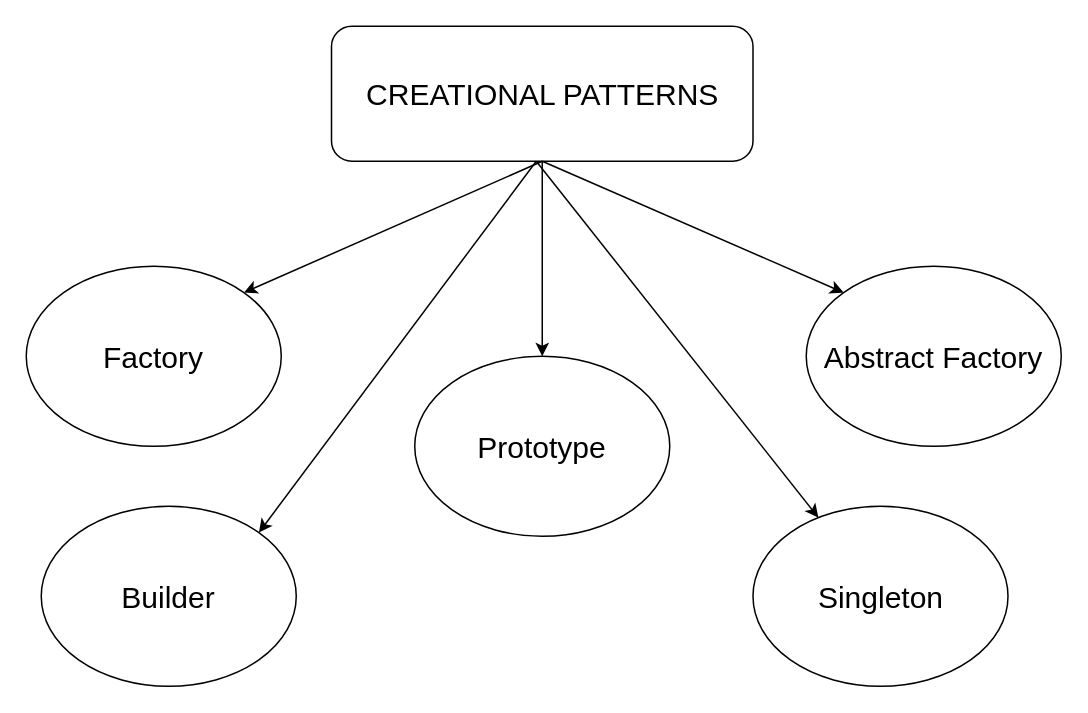
singhjaskaran2002/design-patterns keeps this draw.io diagram as Creational/CreationalPatterns.drawio. Above is the earlier version. Source tidied: cells renumbered, new cells numbered last; positions are measured from the earlier drawing's top-left corner, leaving out a move shared by most shapes. Both pictures are drawn from the tidied source at 150%, with x=0, y=0 at pixel (26, 26).
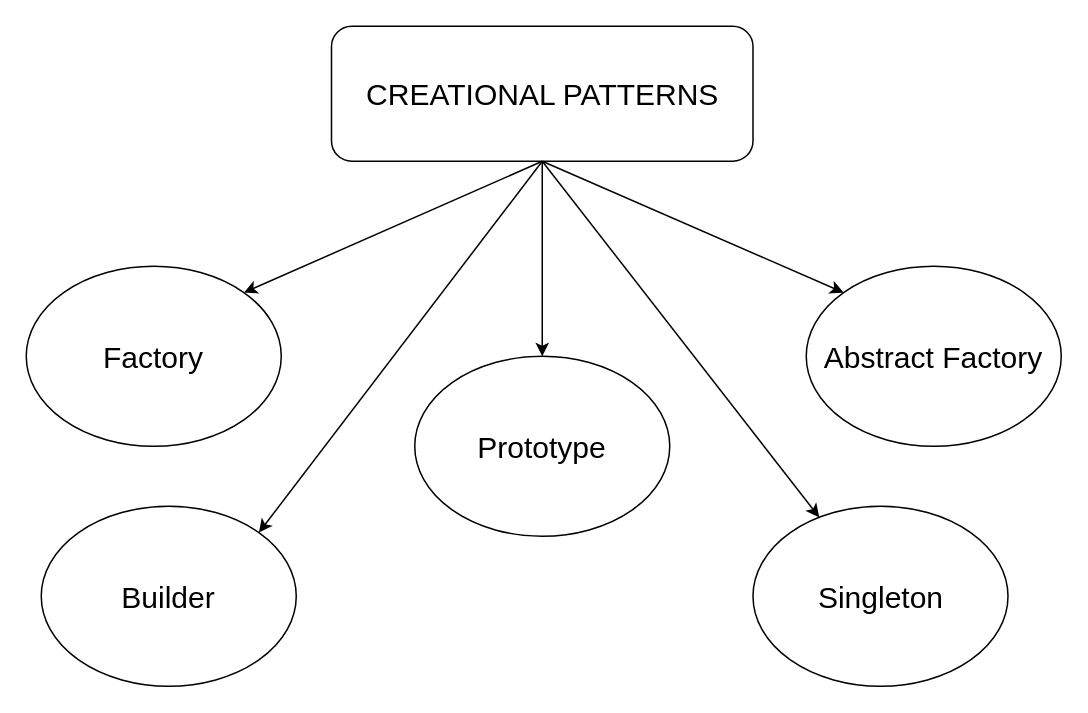
Above is the later version.

What changed in the source:
```diff
@@
 <mxGraphModel>
   <root>
     <mxCell id="0" />
     <mxCell id="1" parent="0" />
     <mxCell id="2" value="CREATIONAL PATTERNS" style="rounded=1;whiteSpace=wrap;html=1;fontSize=20;" parent="1" vertex="1">
       <mxGeometry x="203.5" width="281" height="90" as="geometry" />
     </mxCell>
     <mxCell id="3" value="Factory" style="ellipse;whiteSpace=wrap;html=1;fontSize=20;" parent="1" vertex="1">
       <mxGeometry y="160" width="170" height="120" as="geometry" />
     </mxCell>
     <mxCell id="4" value="Prototype" style="ellipse;whiteSpace=wrap;html=1;fontSize=20;" parent="1" vertex="1">
       <mxGeometry x="259" y="220" width="170" height="120" as="geometry" />
     </mxCell>
     <mxCell id="5" value="Abstract Factory" style="ellipse;whiteSpace=wrap;html=1;fontSize=20;" parent="1" vertex="1">
       <mxGeometry x="520" y="160" width="170" height="120" as="geometry" />
     </mxCell>
     <mxCell id="6" style="endArrow=classic;html=1;fontSize=20;exitX=0.5;exitY=1;exitDx=0;exitDy=0;entryX=1;entryY=0;entryDx=0;entryDy=0;" parent="1" edge="1" source="2" target="3">
       <mxGeometry relative="1" as="geometry" />
     </mxCell>
     <mxCell id="7" style="endArrow=classic;html=1;fontSize=20;exitX=0.5;exitY=1;exitDx=0;exitDy=0;" parent="1" edge="1" source="2" target="4">
       <mxGeometry relative="1" as="geometry" />
     </mxCell>
     <mxCell id="8" style="endArrow=classic;html=1;fontSize=20;exitX=0.5;exitY=1;exitDx=0;exitDy=0;entryX=0;entryY=0;entryDx=0;entryDy=0;" parent="1" edge="1" source="2" target="5">
       <mxGeometry relative="1" as="geometry" />
     </mxCell>
     <mxCell id="9" value="Builder" style="ellipse;whiteSpace=wrap;html=1;fontSize=20;" parent="1" vertex="1">
       <mxGeometry x="10" y="320" width="170" height="120" as="geometry" />
     </mxCell>
     <mxCell id="10" value="Singleton" style="ellipse;whiteSpace=wrap;html=1;fontSize=20;" parent="1" vertex="1">
       <mxGeometry x="484.5" y="320" width="170" height="120" as="geometry" />
     </mxCell>
-    <mxCell id="11" style="endArrow=classic;html=1;fontSize=20;entryX=1;entryY=0;entryDx=0;entryDy=0;" parent="1" edge="1" target="9">
-      <mxGeometry relative="1" as="geometry">
-        <mxPoint x="340" y="90" as="sourcePoint" />
-      </mxGeometry>
+    <mxCell id="11" style="endArrow=classic;html=1;fontSize=20;entryX=1;entryY=0;entryDx=0;entryDy=0;exitX=0.5;exitY=1;exitDx=0;exitDy=0;" parent="1" edge="1" source="2" target="9">
+      <mxGeometry relative="1" as="geometry" />
     </mxCell>
-    <mxCell id="12" style="endArrow=classic;html=1;fontSize=20;" parent="1" edge="1" target="10">
-      <mxGeometry relative="1" as="geometry">
-        <mxPoint x="340" y="90" as="sourcePoint" />
-      </mxGeometry>
+    <mxCell id="12" style="endArrow=classic;html=1;fontSize=20;exitX=0.5;exitY=1;exitDx=0;exitDy=0;" parent="1" edge="1" source="2" target="10">
+      <mxGeometry relative="1" as="geometry" />
     </mxCell>
   </root>
 </mxGraphModel>
```
